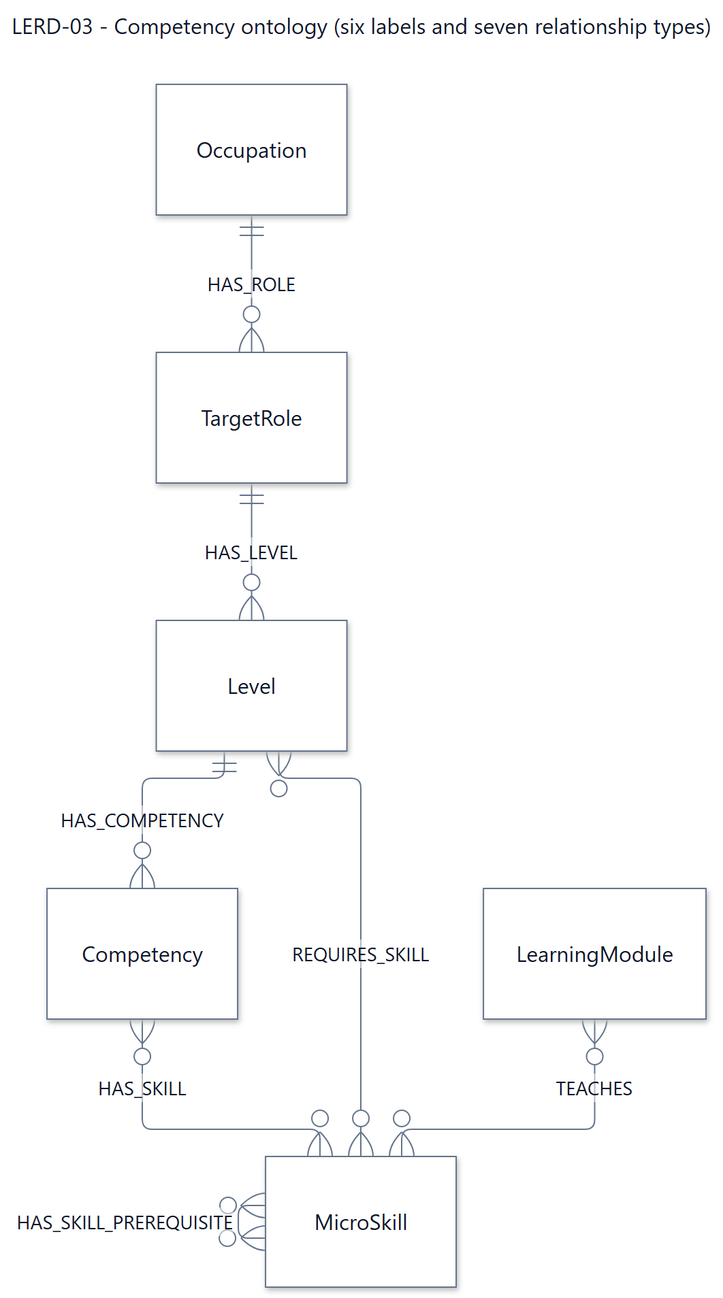
Before: documents/diagrams/mermaid/lerd-03.png, a diagram exported from Mermaid (SEP490-Fall-2026-GFA26SE64/SEP490). Its source is kept beside it as documents/diagrams/mermaid/lerd-03.mmd. Its diagram source:
```mermaid
---
title: "LERD-03 - Competency ontology (six labels and seven relationship types)"
config: {"theme":"base","fontFamily":"Segoe UI, Arial, sans-serif","themeVariables":{"fontFamily":"Segoe UI, Arial, sans-serif","fontSize":"16px","primaryColor":"#ffffff","primaryTextColor":"#0f1729","primaryBorderColor":"#64748b","secondaryColor":"#fef3eb","tertiaryColor":"#ffffff","lineColor":"#64748b","textColor":"#0f1729","mainBkg":"#ffffff","background":"#ffffff","clusterBkg":"#ffffff","clusterBorder":"#64748b","edgeLabelBackground":"#ffffff","titleColor":"#0f1729","noteBkgColor":"#fef3eb","noteTextColor":"#0f1729","noteBorderColor":"#e6650f","attributeBackgroundColorOdd":"#ffffff","attributeBackgroundColorEven":"#ffffff","secondaryBorderColor":"#64748b","tertiaryBorderColor":"#64748b","secondaryTextColor":"#0f1729","tertiaryTextColor":"#0f1729"},"layout":"elk","er":{"layoutDirection":"LR","nodeSpacing":36,"rankSpacing":74,"entityPadding":16,"fontSize":16,"minEntityWidth":140,"diagramPadding":24}}
---
erDiagram
  SRS_LERD_03_Job Position["Job Position"]
  SRS_LERD_03_TargetRole["TargetRole"]
  SRS_LERD_03_Level["Level"]
  SRS_LERD_03_Competency["Competency"]
  SRS_LERD_03_MicroSkill["MicroSkill"]
  SRS_LERD_03_LearningModule["LearningModule"]
  SRS_LERD_03_Job Position ||--o{ SRS_LERD_03_TargetRole : "HAS_ROLE"
  SRS_LERD_03_TargetRole ||--o{ SRS_LERD_03_Level : "HAS_LEVEL"
  SRS_LERD_03_Level ||--o{ SRS_LERD_03_Competency : "HAS_COMPETENCY"
  SRS_LERD_03_Competency }o--o{ SRS_LERD_03_MicroSkill : "HAS_SKILL"
  SRS_LERD_03_Level }o--o{ SRS_LERD_03_MicroSkill : "REQUIRES_SKILL"
  SRS_LERD_03_LearningModule }o--o{ SRS_LERD_03_MicroSkill : "TEACHES"
  SRS_LERD_03_MicroSkill }o--o{ SRS_LERD_03_MicroSkill : "HAS_SKILL_PREREQUISITE"
```
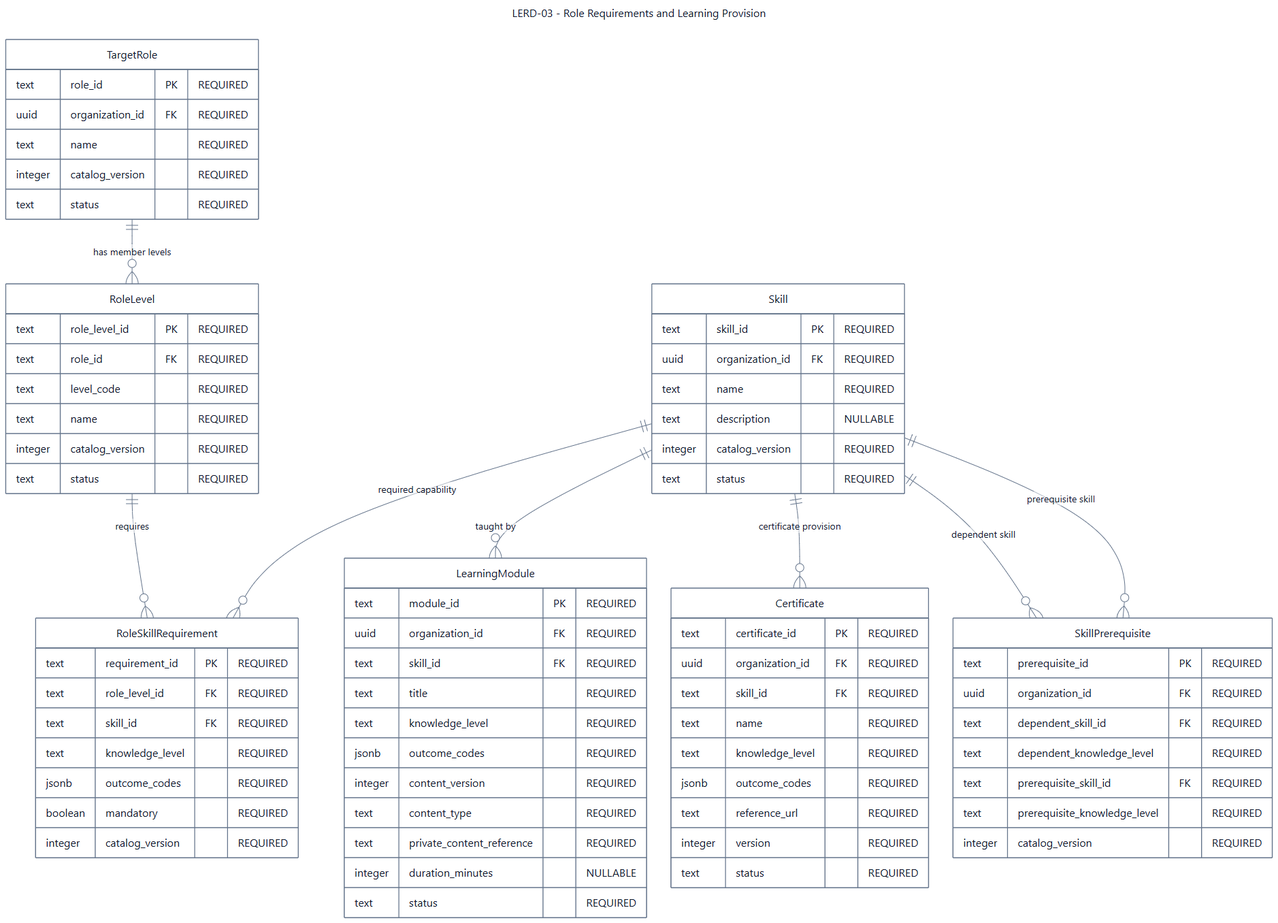
Above is the later version.

Change to the diagram source:
```diff
@@ -1,18 +1,78 @@
 ---
-title: "LERD-03 - Competency ontology (six labels and seven relationship types)"
-config: {"theme":"base","fontFamily":"Segoe UI, Arial, sans-serif","themeVariables":{"fontFamily":"Segoe UI, Arial, sans-serif","fontSize":"16px","primaryColor":"#ffffff","primaryTextColor":"#0f1729","primaryBorderColor":"#64748b","secondaryColor":"#fef3eb","tertiaryColor":"#ffffff","lineColor":"#64748b","textColor":"#0f1729","mainBkg":"#ffffff","background":"#ffffff","clusterBkg":"#ffffff","clusterBorder":"#64748b","edgeLabelBackground":"#ffffff","titleColor":"#0f1729","noteBkgColor":"#fef3eb","noteTextColor":"#0f1729","noteBorderColor":"#e6650f","attributeBackgroundColorOdd":"#ffffff","attributeBackgroundColorEven":"#ffffff","secondaryBorderColor":"#64748b","tertiaryBorderColor":"#64748b","secondaryTextColor":"#0f1729","tertiaryTextColor":"#0f1729"},"layout":"elk","er":{"layoutDirection":"LR","nodeSpacing":36,"rankSpacing":74,"entityPadding":16,"fontSize":16,"minEntityWidth":140,"diagramPadding":24}}
+title: "LERD-03 - Role Requirements and Learning Provision"
+config: {"theme":"base","fontFamily":"Segoe UI, Arial, sans-serif","themeVariables":{"fontFamily":"Segoe UI, Arial, sans-serif","fontSize":"16px","primaryColor":"#ffffff","primaryTextColor":"#0f1729","primaryBorderColor":"#64748b","secondaryColor":"#fef3eb","tertiaryColor":"#ffffff","lineColor":"#64748b","textColor":"#0f1729","mainBkg":"#ffffff","background":"#ffffff","clusterBkg":"#ffffff","clusterBorder":"#64748b","edgeLabelBackground":"#ffffff","titleColor":"#0f1729","noteBkgColor":"#fef3eb","noteTextColor":"#0f1729","noteBorderColor":"#e6650f","attributeBackgroundColorOdd":"#ffffff","attributeBackgroundColorEven":"#ffffff","secondaryBorderColor":"#64748b","tertiaryBorderColor":"#64748b","secondaryTextColor":"#0f1729","tertiaryTextColor":"#0f1729"},"layout":"dagre","er":{"layoutDirection":"LR","nodeSpacing":36,"rankSpacing":74,"entityPadding":16,"fontSize":16,"minEntityWidth":140,"diagramPadding":24}}
 ---
 erDiagram
-  SRS_LERD_03_Job Position["Job Position"]
-  SRS_LERD_03_TargetRole["TargetRole"]
-  SRS_LERD_03_Level["Level"]
-  SRS_LERD_03_Competency["Competency"]
-  SRS_LERD_03_MicroSkill["MicroSkill"]
-  SRS_LERD_03_LearningModule["LearningModule"]
-  SRS_LERD_03_Job Position ||--o{ SRS_LERD_03_TargetRole : "HAS_ROLE"
-  SRS_LERD_03_TargetRole ||--o{ SRS_LERD_03_Level : "HAS_LEVEL"
-  SRS_LERD_03_Level ||--o{ SRS_LERD_03_Competency : "HAS_COMPETENCY"
-  SRS_LERD_03_Competency }o--o{ SRS_LERD_03_MicroSkill : "HAS_SKILL"
-  SRS_LERD_03_Level }o--o{ SRS_LERD_03_MicroSkill : "REQUIRES_SKILL"
-  SRS_LERD_03_LearningModule }o--o{ SRS_LERD_03_MicroSkill : "TEACHES"
-  SRS_LERD_03_MicroSkill }o--o{ SRS_LERD_03_MicroSkill : "HAS_SKILL_PREREQUISITE"
+  direction TB
+  TargetRole["TargetRole"] {
+    text role_id PK "REQUIRED"
+    uuid organization_id FK "REQUIRED"
+    text name "REQUIRED"
+    integer catalog_version "REQUIRED"
+    text status "REQUIRED"
+  }
+  RoleLevel["RoleLevel"] {
+    text role_level_id PK "REQUIRED"
+    text role_id FK "REQUIRED"
+    text level_code "REQUIRED"
+    text name "REQUIRED"
+    integer catalog_version "REQUIRED"
+    text status "REQUIRED"
+  }
+  RoleSkillRequirement["RoleSkillRequirement"] {
+    text requirement_id PK "REQUIRED"
+    text role_level_id FK "REQUIRED"
+    text skill_id FK "REQUIRED"
+    text knowledge_level "REQUIRED"
+    jsonb outcome_codes "REQUIRED"
+    boolean mandatory "REQUIRED"
+    integer catalog_version "REQUIRED"
+  }
+  Skill["Skill"] {
+    text skill_id PK "REQUIRED"
+    uuid organization_id FK "REQUIRED"
+    text name "REQUIRED"
+    text description "NULLABLE"
+    integer catalog_version "REQUIRED"
+    text status "REQUIRED"
+  }
+  LearningModule["LearningModule"] {
+    text module_id PK "REQUIRED"
+    uuid organization_id FK "REQUIRED"
+    text skill_id FK "REQUIRED"
+    text title "REQUIRED"
+    text knowledge_level "REQUIRED"
+    jsonb outcome_codes "REQUIRED"
+    integer content_version "REQUIRED"
+    text content_type "REQUIRED"
+    text private_content_reference "REQUIRED"
+    integer duration_minutes "NULLABLE"
+    text status "REQUIRED"
+  }
+  Certificate["Certificate"] {
+    text certificate_id PK "REQUIRED"
+    uuid organization_id FK "REQUIRED"
+    text skill_id FK "REQUIRED"
+    text name "REQUIRED"
+    text knowledge_level "REQUIRED"
+    jsonb outcome_codes "REQUIRED"
+    text reference_url "REQUIRED"
+    integer version "REQUIRED"
+    text status "REQUIRED"
+  }
+  SkillPrerequisite["SkillPrerequisite"] {
+    text prerequisite_id PK "REQUIRED"
+    uuid organization_id FK "REQUIRED"
+    text dependent_skill_id FK "REQUIRED"
+    text dependent_knowledge_level "REQUIRED"
+    text prerequisite_skill_id FK "REQUIRED"
+    text prerequisite_knowledge_level "REQUIRED"
+    integer catalog_version "REQUIRED"
+  }
+  TargetRole ||--o{ RoleLevel : "has member levels"
+  RoleLevel ||--o{ RoleSkillRequirement : "requires"
+  Skill ||--o{ RoleSkillRequirement : "required capability"
+  Skill ||--o{ LearningModule : "taught by"
+  Skill ||--o{ Certificate : "certificate provision"
+  Skill ||--o{ SkillPrerequisite : "dependent skill"
+  Skill ||--o{ SkillPrerequisite : "prerequisite skill"
```
